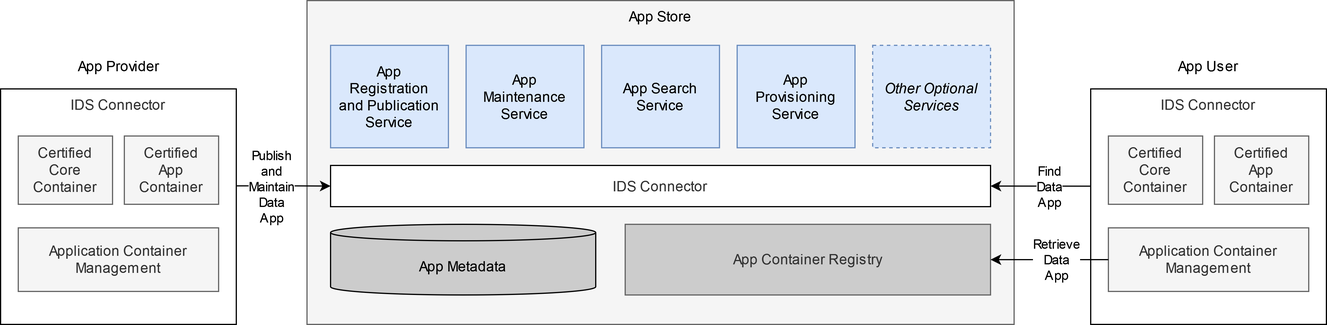
Earlier version of the draw.io export documentation/3_Layers_of_the_Reference_Architecture_Model/3_5_System_Layer/media/app-store-architecture.png (International-Data-Spaces-Association/IDS-RAM_4_0). Source tidied: cells renumbered, new cells last; positions are measured from the earlier drawing's top-left corner, leaving out a move shared by most shapes.
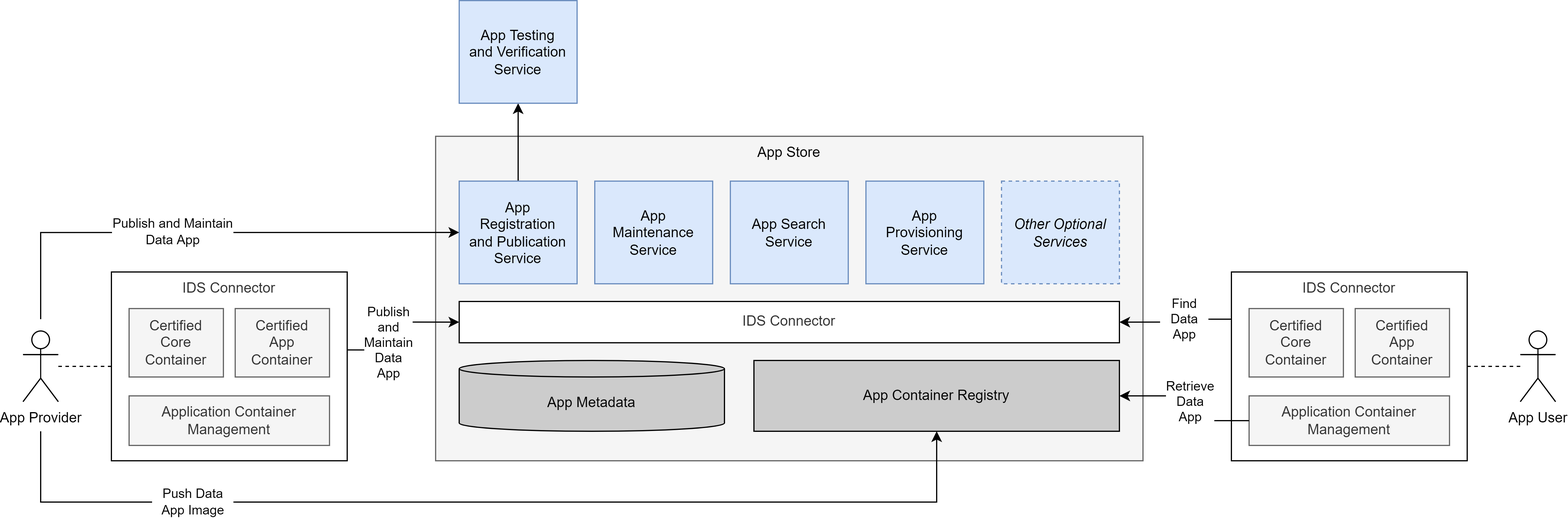
Later version of the same file.

Commit message:
modified app store architecture

What changed in the source:
```diff
@@ -5,12 +5,15 @@
     <mxCell id="2" value="App Store" style="rounded=0;whiteSpace=wrap;html=1;verticalAlign=top;fillColor=#F5F5F5;strokeColor=#666666;" parent="1" vertex="1">
       <mxGeometry x="260" width="600" height="275" as="geometry" />
     </mxCell>
-    <mxCell id="3" value="App Container Registry" style="rounded=0;whiteSpace=wrap;html=1;fillColor=#CCCCCC;strokeColor=#666666;fontColor=#333333;" parent="1" vertex="1">
+    <mxCell id="3" value="App Container Registry" style="rounded=0;whiteSpace=wrap;html=1;fillColor=#CCCCCC;strokeColor=#000000;fontColor=#000000;" parent="1" vertex="1">
       <mxGeometry x="530" y="190" width="310" height="60" as="geometry" />
     </mxCell>
     <mxCell id="4" value="IDS Connector" style="rounded=0;whiteSpace=wrap;html=1;fillColor=#FFFFFF;fontColor=#333333;strokeColor=#000000;" parent="1" vertex="1">
       <mxGeometry x="280" y="140" width="560" height="35" as="geometry" />
     </mxCell>
+    <mxCell id="27" style="edgeStyle=orthogonalEdgeStyle;rounded=0;jettySize=auto;html=1;entryX=0.5;entryY=1;entryDx=0;entryDy=0;fontColor=#000000;" parent="1" edge="1" source="5" target="32">
+      <mxGeometry relative="1" as="geometry" />
+    </mxCell>
     <mxCell id="5" value="&lt;div&gt;App&lt;/div&gt;&lt;div&gt;Registration&lt;/div&gt;&lt;div&gt;and Publication Service&lt;/div&gt;" style="rounded=0;whiteSpace=wrap;html=1;fillColor=#dae8fc;strokeColor=#6c8ebf;" parent="1" vertex="1">
       <mxGeometry x="280" y="38" width="100" height="87" as="geometry" />
     </mxCell>
@@ -29,57 +32,81 @@
     <mxCell id="10" value="App Metadata" style="shape=cylinder3;whiteSpace=wrap;html=1;boundedLbl=1;backgroundOutline=1;size=7;fillColor=#CCCCCC;" parent="1" vertex="1">
       <mxGeometry x="280" y="190" width="225" height="60" as="geometry" />
     </mxCell>
-    <mxCell id="11" value="&lt;div&gt;Find&lt;/div&gt;&lt;div&gt;Data&lt;/div&gt;&lt;div&gt;App&lt;/div&gt;" style="rounded=0;jettySize=auto;html=1;entryX=1;entryY=0.5;entryDx=0;entryDy=0;exitX=0.001;exitY=0.413;exitDx=0;exitDy=0;exitPerimeter=0;" parent="1" edge="1" source="17" target="4">
-      <mxGeometry x="-0.17" relative="1" as="geometry" />
-    </mxCell>
-    <mxCell id="12" value="App User" style="text;html=1;align=center;verticalAlign=middle;whiteSpace=wrap;rounded=0;fillColor=default;" parent="1" vertex="1">
-      <mxGeometry x="995" y="41" width="60" height="30" as="geometry" />
-    </mxCell>
-    <mxCell id="13" value="App Provider" style="text;html=1;align=center;verticalAlign=middle;whiteSpace=wrap;rounded=0;fillColor=default;" parent="1" vertex="1">
-      <mxGeometry x="52.5" y="41" width="95" height="30" as="geometry" />
-    </mxCell>
-    <mxCell id="14" style="edgeStyle=orthogonalEdgeStyle;rounded=0;jettySize=auto;html=1;entryX=0;entryY=0.5;entryDx=0;entryDy=0;exitX=1.002;exitY=0.364;exitDx=0;exitDy=0;exitPerimeter=0;" parent="1" edge="1" target="4">
-      <mxGeometry relative="1" as="geometry">
-        <mxPoint x="200.4" y="157.3" as="sourcePoint" />
-      </mxGeometry>
+    <mxCell id="14" style="rounded=0;jettySize=auto;html=1;entryX=0;entryY=0.5;entryDx=0;entryDy=0;exitX=0.998;exitY=0.413;exitDx=0;exitDy=0;exitPerimeter=0;edgeStyle=orthogonalEdgeStyle;" parent="1" edge="1" source="22" target="4">
+      <mxGeometry relative="1" as="geometry" />
     </mxCell>
     <mxCell id="15" value="&lt;div&gt;Publish&lt;/div&gt;&lt;div&gt;and&lt;/div&gt;&lt;div&gt;Maintain&lt;/div&gt;&lt;div&gt;Data&lt;/div&gt;&lt;div&gt;App&lt;br&gt;&lt;/div&gt;" style="edgeLabel;html=1;align=center;verticalAlign=middle;" parent="14" vertex="1">
       <mxGeometry x="-0.19" y="-1" relative="1" as="geometry">
-        <mxPoint x="-3" y="-1" as="offset" />
+        <mxPoint x="-14" y="-6" as="offset" />
       </mxGeometry>
     </mxCell>
-    <mxCell id="16" style="group;" parent="1" vertex="1">
-      <mxGeometry x="925" y="80" width="200" height="195" as="geometry" />
-    </mxCell>
+    <mxCell id="28" value="Publish and Maintain&lt;br&gt;Data App" style="rounded=0;jettySize=auto;html=1;entryX=0;entryY=0.5;entryDx=0;entryDy=0;fontColor=#000000;edgeStyle=orthogonalEdgeStyle;" parent="1" edge="1" target="5">
+      <mxGeometry x="-0.13" y="1" relative="1" as="geometry">
+        <mxPoint x="-75" y="155" as="sourcePoint" />
+        <Array as="points">
+          <mxPoint x="-75" y="81" />
+        </Array>
+      </mxGeometry>
+    </mxCell>
+    <mxCell id="29" value="&amp;nbsp; &amp;nbsp;Push Data&amp;nbsp; &amp;nbsp;&lt;br&gt;App Image" style="edgeStyle=orthogonalEdgeStyle;rounded=0;jettySize=auto;html=1;entryX=0.5;entryY=1;entryDx=0;entryDy=0;fontColor=#000000;" parent="1" edge="1" target="3">
+      <mxGeometry x="-0.57" relative="1" as="geometry">
+        <mxPoint x="-75" y="250" as="sourcePoint" />
+        <Array as="points">
+          <mxPoint x="-75" y="310" />
+          <mxPoint x="685" y="310" />
+        </Array>
+      </mxGeometry>
+    </mxCell>
+    <mxCell id="13" value="App Provider" style="shape=umlActor;verticalLabelPosition=bottom;verticalAlign=top;html=1;outlineConnect=0;fontColor=#000000;strokeColor=#000000;" parent="1" vertex="1">
+      <mxGeometry x="-90" y="165" width="30" height="60" as="geometry" />
+    </mxCell>
+    <mxCell id="30" style="endArrow=none;dashed=1;html=1;rounded=0;fontColor=#000000;exitX=0;exitY=0.5;exitDx=0;exitDy=0;" parent="1" edge="1" source="22" target="13">
+      <mxGeometry relative="1" as="geometry" />
+    </mxCell>
+    <mxCell id="12" value="App User" style="shape=umlActor;verticalLabelPosition=bottom;verticalAlign=top;html=1;outlineConnect=0;fontColor=#000000;strokeColor=#000000;" parent="1" vertex="1">
+      <mxGeometry x="1180" y="165" width="30" height="60" as="geometry" />
+    </mxCell>
+    <mxCell id="31" style="endArrow=none;dashed=1;html=1;rounded=0;fontColor=#000000;exitX=1;exitY=0.5;exitDx=0;exitDy=0;" parent="1" edge="1" source="17" target="12">
+      <mxGeometry relative="1" as="geometry" />
+    </mxCell>
+    <mxCell id="32" value="&lt;div&gt;App Testing&lt;/div&gt;&lt;div&gt;and Verification Service&lt;/div&gt;" style="rounded=0;whiteSpace=wrap;html=1;fillColor=#dae8fc;strokeColor=#6c8ebf;" parent="1" vertex="1">
+      <mxGeometry x="280" y="-115" width="100" height="87" as="geometry" />
+    </mxCell>
+    <mxCell id="33" style="group;" parent="1" vertex="1">
+      <mxGeometry x="-15" y="115" width="200" height="160" as="geometry" />
+    </mxCell>
+    <mxCell id="22" value="IDS Connector" style="rounded=0;whiteSpace=wrap;html=1;fillColor=#FFFFFF;fontColor=#333333;strokeColor=#000000;horizontal=1;verticalAlign=top;" parent="33" vertex="1">
+      <mxGeometry width="200" height="160" as="geometry" />
+    </mxCell>
+    <mxCell id="23" value="Application Container Management" style="rounded=0;whiteSpace=wrap;html=1;fillColor=#f5f5f5;fontColor=#333333;strokeColor=#666666;" parent="33" vertex="1">
+      <mxGeometry x="15" y="105" width="170" height="42" as="geometry" />
+    </mxCell>
+    <mxCell id="24" value="&lt;div&gt;Certified&lt;/div&gt;&lt;div&gt;App&lt;/div&gt;&lt;div&gt;Container&lt;/div&gt;" style="rounded=0;whiteSpace=wrap;html=1;verticalAlign=middle;fillColor=#f5f5f5;fontColor=#333333;strokeColor=#666666;" parent="33" vertex="1">
+      <mxGeometry x="105" y="31" width="80" height="58" as="geometry" />
+    </mxCell>
+    <mxCell id="25" value="&lt;div&gt;Certified&lt;/div&gt;&lt;div&gt;Core Container&lt;/div&gt;" style="rounded=0;whiteSpace=wrap;html=1;verticalAlign=middle;fillColor=#f5f5f5;fontColor=#333333;strokeColor=#666666;" parent="33" vertex="1">
+      <mxGeometry x="15" y="31" width="80" height="58" as="geometry" />
+    </mxCell>
+    <mxCell id="34" style="group;" parent="1" vertex="1">
+      <mxGeometry x="935" y="115" width="200" height="160" as="geometry" />
+    </mxCell>
-    <mxCell id="17" value="IDS Connector" style="rounded=0;whiteSpace=wrap;html=1;fillColor=#FFFFFF;fontColor=#333333;strokeColor=#000000;horizontal=1;verticalAlign=top;" parent="16" vertex="1">
-      <mxGeometry y="-5" width="200" height="200" as="geometry" />
+    <mxCell id="17" value="IDS Connector" style="rounded=0;whiteSpace=wrap;html=1;fillColor=#FFFFFF;fontColor=#333333;strokeColor=#000000;horizontal=1;verticalAlign=top;" parent="34" vertex="1">
+      <mxGeometry width="200" height="160" as="geometry" />
     </mxCell>
-    <mxCell id="18" value="Application Container Management" style="rounded=0;whiteSpace=wrap;html=1;fillColor=#f5f5f5;fontColor=#333333;strokeColor=#666666;" parent="16" vertex="1">
-      <mxGeometry x="15" y="113" width="170" height="54" as="geometry" />
+    <mxCell id="18" value="Application Container Management" style="rounded=0;whiteSpace=wrap;html=1;fillColor=#f5f5f5;fontColor=#333333;strokeColor=#666666;" parent="34" vertex="1">
+      <mxGeometry x="15" y="105" width="170" height="42" as="geometry" />
     </mxCell>
-    <mxCell id="19" value="&lt;div&gt;Certified&lt;/div&gt;&lt;div&gt;App&lt;/div&gt;&lt;div&gt;Container&lt;/div&gt;" style="rounded=0;whiteSpace=wrap;html=1;verticalAlign=middle;fillColor=#f5f5f5;fontColor=#333333;strokeColor=#666666;" parent="16" vertex="1">
-      <mxGeometry x="105" y="35" width="80" height="58" as="geometry" />
+    <mxCell id="19" value="&lt;div&gt;Certified&lt;/div&gt;&lt;div&gt;App&lt;/div&gt;&lt;div&gt;Container&lt;/div&gt;" style="rounded=0;whiteSpace=wrap;html=1;verticalAlign=middle;fillColor=#f5f5f5;fontColor=#333333;strokeColor=#666666;" parent="34" vertex="1">
+      <mxGeometry x="105" y="31" width="80" height="58" as="geometry" />
     </mxCell>
-    <mxCell id="20" value="&lt;div&gt;Certified&lt;/div&gt;&lt;div&gt;Core Container&lt;/div&gt;" style="rounded=0;whiteSpace=wrap;html=1;verticalAlign=middle;fillColor=#f5f5f5;fontColor=#333333;strokeColor=#666666;" parent="16" vertex="1">
-      <mxGeometry x="15" y="35" width="80" height="58" as="geometry" />
+    <mxCell id="20" value="&lt;div&gt;Certified&lt;/div&gt;&lt;div&gt;Core Container&lt;/div&gt;" style="rounded=0;whiteSpace=wrap;html=1;verticalAlign=middle;fillColor=#f5f5f5;fontColor=#333333;strokeColor=#666666;" parent="34" vertex="1">
+      <mxGeometry x="15" y="31" width="80" height="58" as="geometry" />
     </mxCell>
-    <mxCell id="21" style="group;" parent="1" vertex="1">
-      <mxGeometry y="80" width="200" height="195" as="geometry" />
-    </mxCell>
-    <mxCell id="22" value="IDS Connector" style="rounded=0;whiteSpace=wrap;html=1;fillColor=#FFFFFF;fontColor=#333333;strokeColor=#000000;horizontal=1;verticalAlign=top;" parent="21" vertex="1">
-      <mxGeometry y="-5" width="200" height="200" as="geometry" />
-    </mxCell>
-    <mxCell id="23" value="Application Container Management" style="rounded=0;whiteSpace=wrap;html=1;fillColor=#f5f5f5;fontColor=#333333;strokeColor=#666666;" parent="21" vertex="1">
-      <mxGeometry x="15" y="113" width="170" height="54" as="geometry" />
-    </mxCell>
-    <mxCell id="24" value="&lt;div&gt;Certified&lt;/div&gt;&lt;div&gt;App&lt;/div&gt;&lt;div&gt;Container&lt;/div&gt;" style="rounded=0;whiteSpace=wrap;html=1;verticalAlign=middle;fillColor=#f5f5f5;fontColor=#333333;strokeColor=#666666;" parent="21" vertex="1">
-      <mxGeometry x="105" y="35" width="80" height="58" as="geometry" />
-    </mxCell>
-    <mxCell id="25" value="&lt;div&gt;Certified&lt;/div&gt;&lt;div&gt;Core Container&lt;/div&gt;" style="rounded=0;whiteSpace=wrap;html=1;verticalAlign=middle;fillColor=#f5f5f5;fontColor=#333333;strokeColor=#666666;" parent="21" vertex="1">
-      <mxGeometry x="15" y="35" width="80" height="58" as="geometry" />
-    </mxCell>
+    <mxCell id="11" value="&lt;div&gt;Find&lt;/div&gt;&lt;div&gt;&amp;nbsp; &amp;nbsp;Data&amp;nbsp; &amp;nbsp;&lt;/div&gt;&lt;div&gt;App&lt;/div&gt;" style="rounded=0;jettySize=auto;html=1;entryX=1;entryY=0.5;entryDx=0;entryDy=0;exitX=0;exitY=0.25;exitDx=0;exitDy=0;edgeStyle=orthogonalEdgeStyle;" parent="1" edge="1" source="17" target="4">
+      <mxGeometry x="-0.18" relative="1" as="geometry" />
+    </mxCell>
-    <mxCell id="26" value="&lt;div&gt;Retrieve&lt;/div&gt;&lt;div&gt;Data&lt;/div&gt;&lt;div&gt;App&lt;/div&gt;" style="rounded=0;jettySize=auto;html=1;entryX=1;entryY=0.5;entryDx=0;entryDy=0;" parent="1" edge="1" source="18" target="3">
-      <mxGeometry x="-0.11" relative="1" as="geometry" />
+    <mxCell id="26" value="&lt;div&gt;Retrieve&lt;/div&gt;&lt;div&gt;Data&lt;/div&gt;&lt;div&gt;App&lt;/div&gt;" style="rounded=0;jettySize=auto;html=1;entryX=1;entryY=0.5;entryDx=0;entryDy=0;exitX=0;exitY=0.5;exitDx=0;exitDy=0;edgeStyle=orthogonalEdgeStyle;" parent="1" edge="1" source="18" target="3">
+      <mxGeometry x="0.08" y="-5" relative="1" as="geometry" />
     </mxCell>
   </root>
 </mxGraphModel>
```
